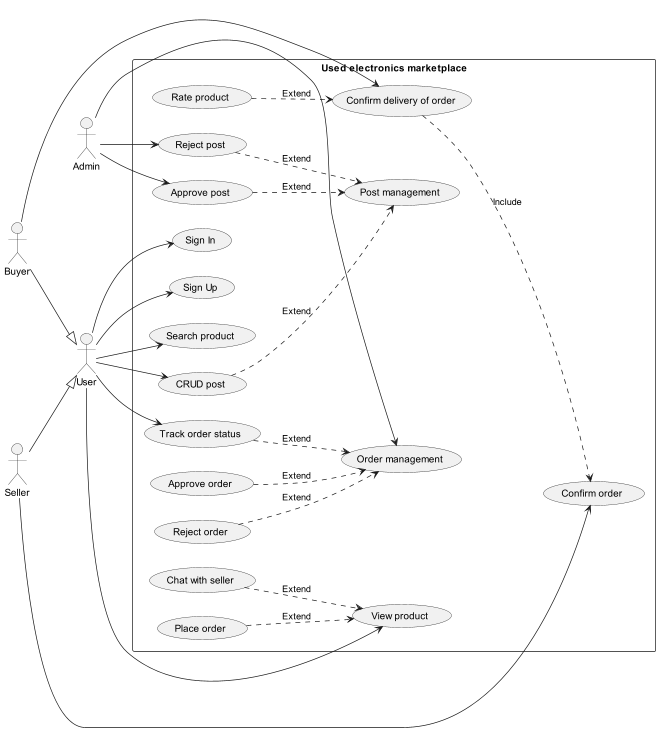
Above: Lab 1.2/usecase.png in doublek2712/SE357-Pratice-class (PlantUML), before the change.
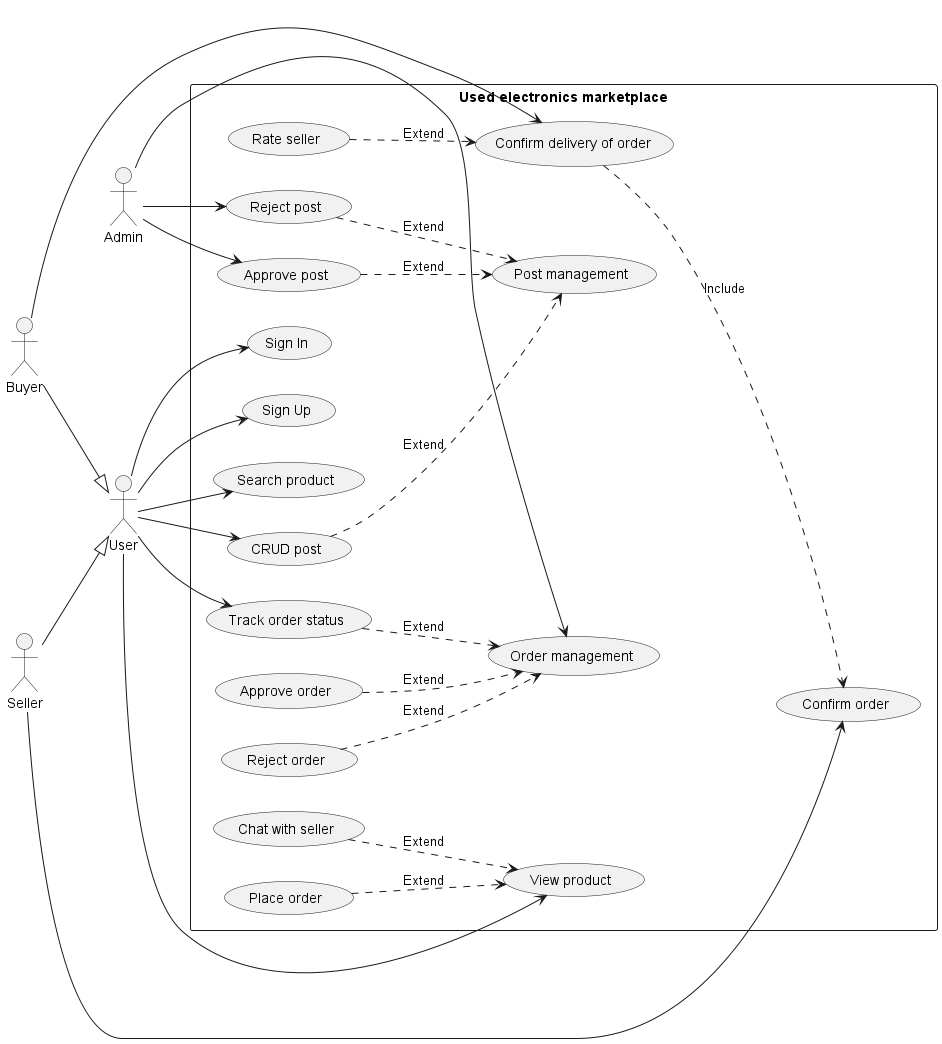
After the change.

What changed in the source:
```diff
@@ -24,7 +24,7 @@
     Admin --> (Order management)
     User --> (Track order status)
     Buyer --> (Confirm delivery of order)
-    (Rate product) ..> (Confirm delivery of order): Extend
+    (Rate seller) ..> (Confirm delivery of order): Extend
     Seller --> (Confirm order)
     (Confirm delivery of order) ..> (Confirm order): Include
 }
```
